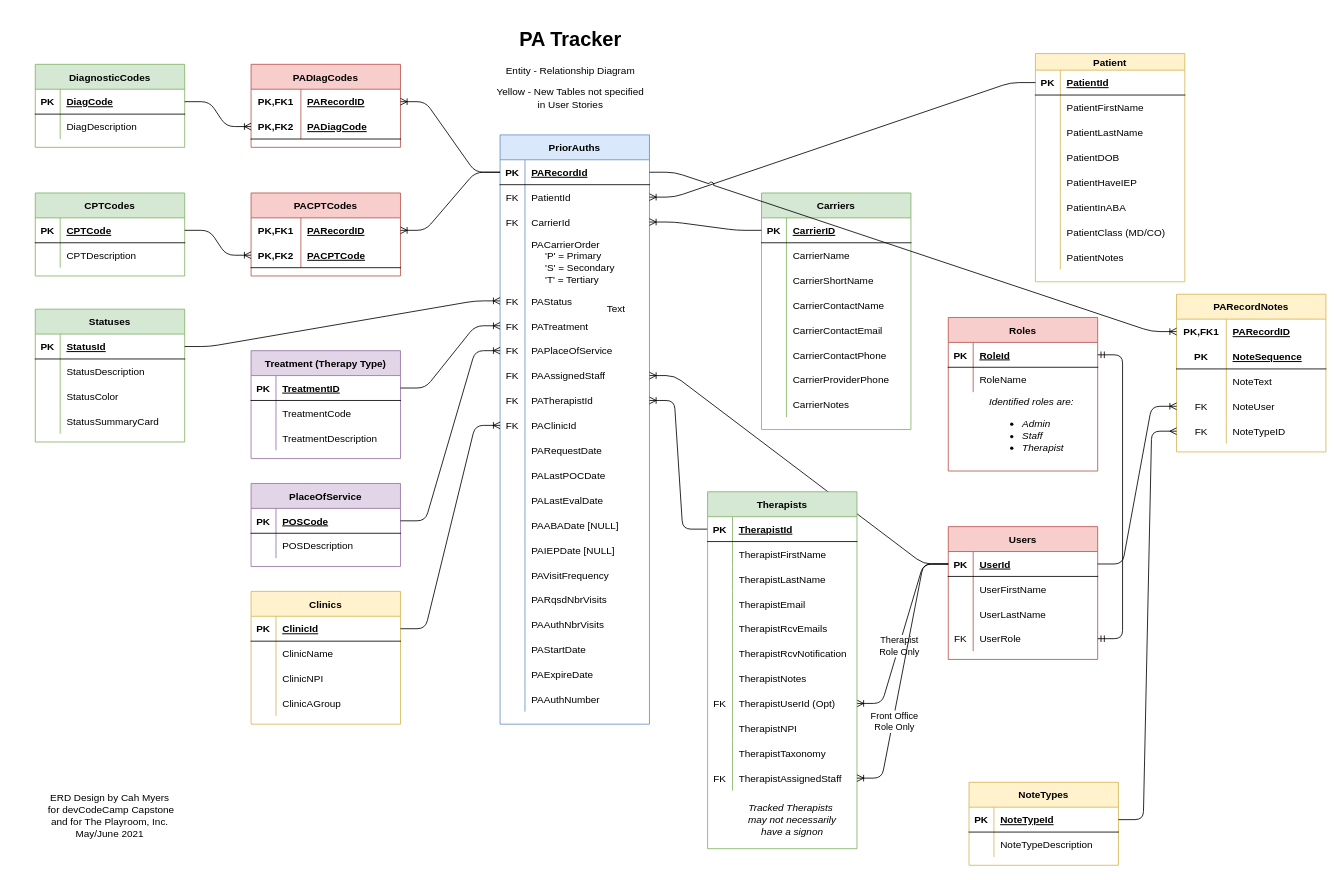
Above: PA_Tracker_Db.drawio in cashmy/PA_Backend (draw.io), before the change. Source tidied: cells renumbered, new cells numbered last; positions are measured from the earlier drawing's top-left corner, leaving out a move shared by most shapes. Both pictures are drawn from the tidied source at 83%, with x=0, y=0 at pixel (14, 22).
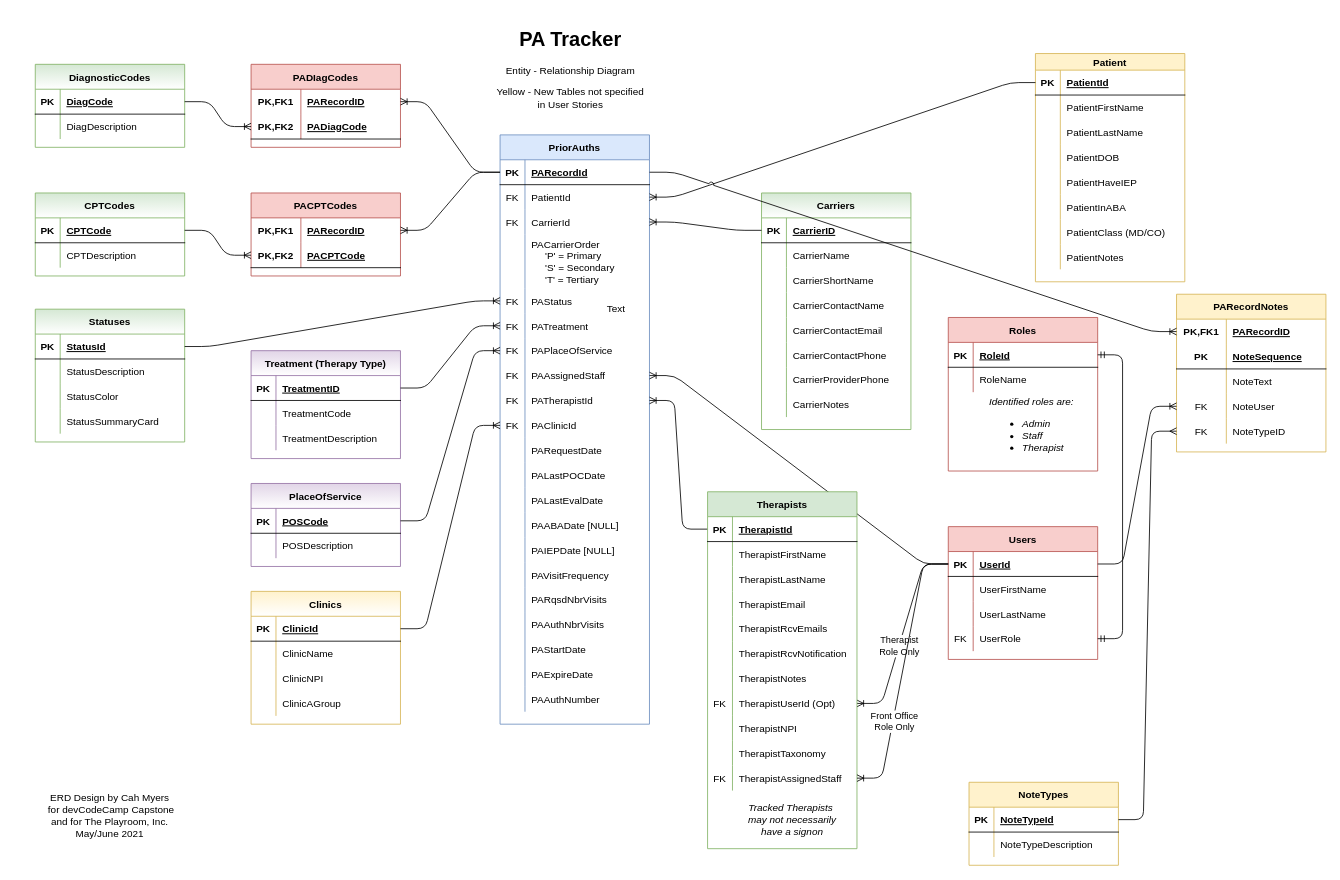
After the change.

Commit message:
Updated Creation status using gradient title color

Diff of the diagram source:
```diff
@@
-    <mxCell id="2" value="CPTCodes" style="shape=table;startSize=30;childLayout=tableLayout;rowLines=0;fontStyle=1;align=center;fillColor=#d5e8d4;strokeColor=#82b366;" parent="1" vertex="1">
+    <mxCell id="2" value="CPTCodes" style="shape=table;startSize=30;childLayout=tableLayout;rowLines=0;fontStyle=1;align=center;fillColor=#d5e8d4;strokeColor=#82b366;gradientColor=#ffffff;" parent="1" vertex="1">
       <mxGeometry x="25" y="205" width="180" height="100" as="geometry" />
     </mxCell>
@@
-    <mxCell id="9" value="DiagnosticCodes" style="shape=table;startSize=30;childLayout=tableLayout;rowLines=0;fontStyle=1;align=center;fillColor=#d5e8d4;strokeColor=#82b366;" parent="1" vertex="1">
+    <mxCell id="9" value="DiagnosticCodes" style="shape=table;startSize=30;childLayout=tableLayout;rowLines=0;fontStyle=1;align=center;fillColor=#d5e8d4;strokeColor=#82b366;gradientColor=#ffffff;" parent="1" vertex="1">
       <mxGeometry x="25" y="50" width="180" height="100" as="geometry" />
     </mxCell>
@@
-    <mxCell id="16" value="Treatment (Therapy Type)" style="shape=table;startSize=30;childLayout=tableLayout;rowLines=0;fontStyle=1;align=center;fillColor=#e1d5e7;strokeColor=#9673a6;" parent="1" vertex="1">
+    <mxCell id="16" value="Treatment (Therapy Type)" style="shape=table;startSize=30;childLayout=tableLayout;rowLines=0;fontStyle=1;align=center;fillColor=#e1d5e7;strokeColor=#9673a6;gradientColor=#ffffff;" parent="1" vertex="1">
       <mxGeometry x="285" y="395" width="180" height="130" as="geometry" />
     </mxCell>
@@
-    <mxCell id="26" value="Carriers" style="shape=table;startSize=30;childLayout=tableLayout;rowLines=0;fontStyle=1;align=center;fillColor=#d5e8d4;strokeColor=#82b366;" parent="1" vertex="1">
+    <mxCell id="26" value="Carriers" style="shape=table;startSize=30;childLayout=tableLayout;rowLines=0;fontStyle=1;align=center;fillColor=#d5e8d4;strokeColor=#82b366;gradientColor=#ffffff;" parent="1" vertex="1">
       <mxGeometry x="900" y="205" width="180" height="285" as="geometry" />
     </mxCell>
@@
-    <mxCell id="76" value="PlaceOfService" style="shape=table;startSize=30;childLayout=tableLayout;rowLines=0;fontStyle=1;align=center;fillColor=#e1d5e7;strokeColor=#9673a6;" parent="1" vertex="1">
+    <mxCell id="76" value="PlaceOfService" style="shape=table;startSize=30;childLayout=tableLayout;rowLines=0;fontStyle=1;align=center;fillColor=#e1d5e7;strokeColor=#9673a6;gradientColor=#ffffff;" parent="1" vertex="1">
       <mxGeometry x="285" y="555" width="180" height="100" as="geometry" />
     </mxCell>
@@
-    <mxCell id="83" value="Statuses" style="shape=table;startSize=30;childLayout=tableLayout;rowLines=0;fontStyle=1;align=center;fillColor=#d5e8d4;strokeColor=#82b366;" parent="1" vertex="1">
+    <mxCell id="83" value="Statuses" style="shape=table;startSize=30;childLayout=tableLayout;rowLines=0;fontStyle=1;align=center;fillColor=#d5e8d4;strokeColor=#82b366;gradientColor=#ffffff;" parent="1" vertex="1">
       <mxGeometry x="25" y="345" width="180" height="160" as="geometry" />
     </mxCell>
@@
-    <mxCell id="173" value="Clinics" style="shape=table;startSize=30;childLayout=tableLayout;rowLines=0;fontStyle=1;align=center;fillColor=#fff2cc;strokeColor=#d6b656;" parent="1" vertex="1">
+    <mxCell id="173" value="Clinics" style="shape=table;startSize=30;childLayout=tableLayout;rowLines=0;fontStyle=1;align=center;fillColor=#fff2cc;strokeColor=#d6b656;gradientColor=#ffffff;" parent="1" vertex="1">
       <mxGeometry x="285" y="685" width="180" height="160" as="geometry" />
     </mxCell>
```
